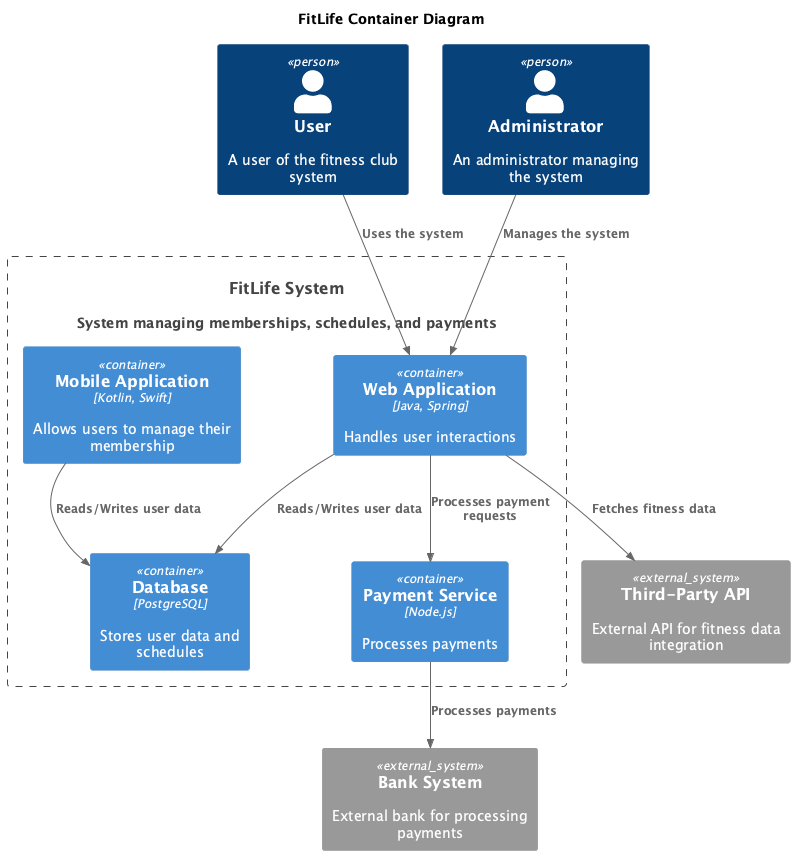
Before: diagrams/container/FitLife_Container.png, a diagram exported from PlantUML (olegkudrin/c4-demo).
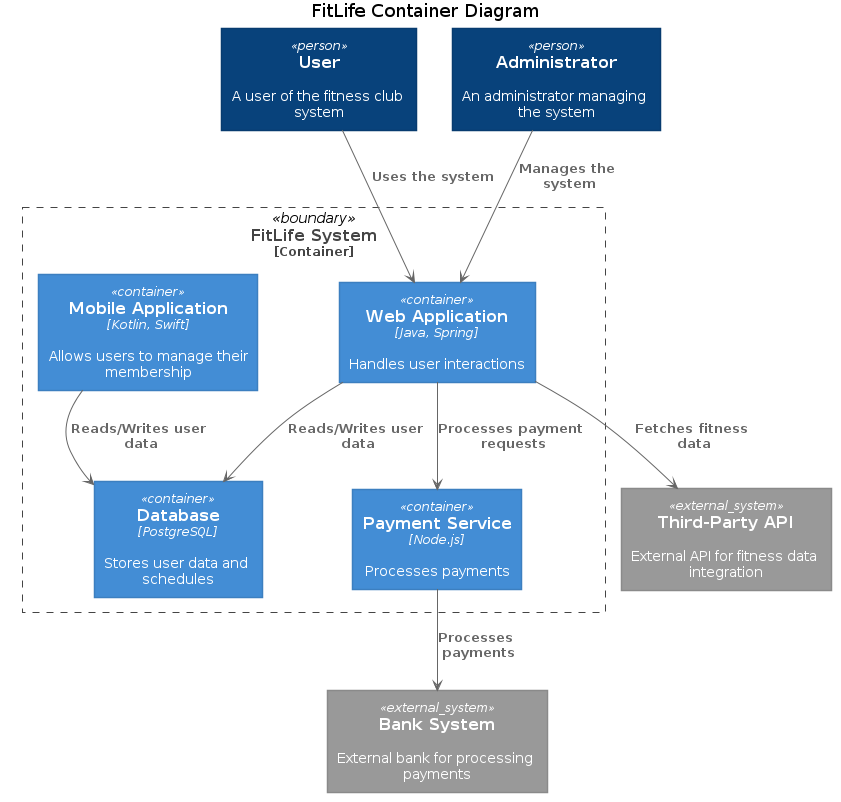
After the commit.

Diff of the diagram source:
```diff
@@ -3,28 +3,159 @@
 
 top to bottom direction
 
-!include https://raw.githubusercontent.com/RicardoNiepel/C4-PlantUML/master/C4_Container.puml
 
-Person(user, "User", "A user of the fitness club system")
-Person(admin, "Administrator", "An administrator managing the system")
-System(FitLifeSystem, "FitLife System", "System managing memberships, schedules, and payments")
 
-Container_Boundary(FitLifeSystem, "FitLife System") {
-  Container(WebApp, "Web Application", "Java, Spring", "Handles user interactions")
-  Container(MobileApp, "Mobile Application", "Kotlin, Swift", "Allows users to manage their membership")
-  Container(PaymentService, "Payment Service", "Node.js", "Processes payments")
-  Container(Database, "Database", "PostgreSQL", "Stores user data and schedules")
+
+
+
+skinparam defaultTextAlignment center
+
+skinparam wrapWidth 200
+skinparam maxMessageSize 150
+
+skinparam rectangle {
+    StereotypeFontSize 12
+    shadowing false
 }
 
-System_Ext(api, "Third-Party API", "External API for fitness data integration")
-System_Ext(bank, "Bank System", "External bank for processing payments")
+skinparam database {
+    StereotypeFontSize 12
+    shadowing false
+}
 
-Rel(user, WebApp, "Uses the system")
-Rel(admin, WebApp, "Manages the system")
-Rel(WebApp, PaymentService, "Processes payment requests")
-Rel(PaymentService, bank, "Processes payments")
-Rel(WebApp, Database, "Reads/Writes user data")
-Rel(MobileApp, Database, "Reads/Writes user data")
-Rel(WebApp, api, "Fetches fitness data")
+skinparam Arrow {
+    Color #666666
+    FontColor #666666
+    FontSize 12
+}
+
+skinparam rectangle<<boundary>> {
+    Shadowing false
+    StereotypeFontSize 0
+    FontColor #444444
+    BorderColor #444444
+    BorderStyle dashed
+}
+
+
+
+
+
+
+
+
+
+
+
+
+
+
+
+
+
+
+
+
+
+
+skinparam rectangle<<person>> {
+    StereotypeFontColor #FFFFFF
+    FontColor #FFFFFF
+    BackgroundColor #08427B
+    BorderColor #073B6F
+}
+
+skinparam rectangle<<external_person>> {
+    StereotypeFontColor #FFFFFF
+    FontColor #FFFFFF
+    BackgroundColor #686868
+    BorderColor #8A8A8A
+}
+
+skinparam rectangle<<system>> {
+    StereotypeFontColor #FFFFFF
+    FontColor #FFFFFF
+    BackgroundColor #1168BD
+    BorderColor #3C7FC0
+}
+
+skinparam rectangle<<external_system>> {
+    StereotypeFontColor #FFFFFF
+    FontColor #FFFFFF
+    BackgroundColor #999999
+    BorderColor #8A8A8A
+}
+
+skinparam database<<system>> {
+    StereotypeFontColor #FFFFFF
+    FontColor #FFFFFF
+    BackgroundColor #1168BD
+    BorderColor #3C7FC0
+}
+
+skinparam database<<external_system>> {
+    StereotypeFontColor #FFFFFF
+    FontColor #FFFFFF
+    BackgroundColor #999999
+    BorderColor #8A8A8A
+}
+
+
+
+
+
+
+
+
+
+
+
+
+
+
+
+
+skinparam rectangle<<container>> {
+    StereotypeFontColor #FFFFFF
+    FontColor #FFFFFF
+    BackgroundColor #438DD5
+    BorderColor #3C7FC0
+}
+
+skinparam database<<container>> {
+    StereotypeFontColor #FFFFFF
+    FontColor #FFFFFF
+    BackgroundColor #438DD5
+    BorderColor #3C7FC0
+}
+
+
+
+
+
+
+
+
+rectangle "==User\n\n A user of the fitness club system" <<person>> as user
+rectangle "==Administrator\n\n An administrator managing the system" <<person>> as admin
+rectangle "==FitLife System\n\n System managing memberships, schedules, and payments" <<system>> as FitLifeSystem
+
+rectangle "==FitLife System\n<size:12>[Container]</size>" <<boundary>> as FitLifeSystem {
+  rectangle "==Web Application\n//<size:12>[Java, Spring]</size>//\n\n Handles user interactions" <<container>> as WebApp
+  rectangle "==Mobile Application\n//<size:12>[Kotlin, Swift]</size>//\n\n Allows users to manage their membership" <<container>> as MobileApp
+  rectangle "==Payment Service\n//<size:12>[Node.js]</size>//\n\n Processes payments" <<container>> as PaymentService
+  rectangle "==Database\n//<size:12>[PostgreSQL]</size>//\n\n Stores user data and schedules" <<container>> as Database
+}
+
+rectangle "==Third-Party API\n\n External API for fitness data integration" <<external_system>> as api
+rectangle "==Bank System\n\n External bank for processing payments" <<external_system>> as bank
+
+user --> WebApp : "===Uses the system"
+admin --> WebApp : "===Manages the system"
+WebApp --> PaymentService : "===Processes payment requests"
+PaymentService --> bank : "===Processes payments"
+WebApp --> Database : "===Reads/Writes user data"
+MobileApp --> Database : "===Reads/Writes user data"
+WebApp --> api : "===Fetches fitness data"
 
 @enduml
```
